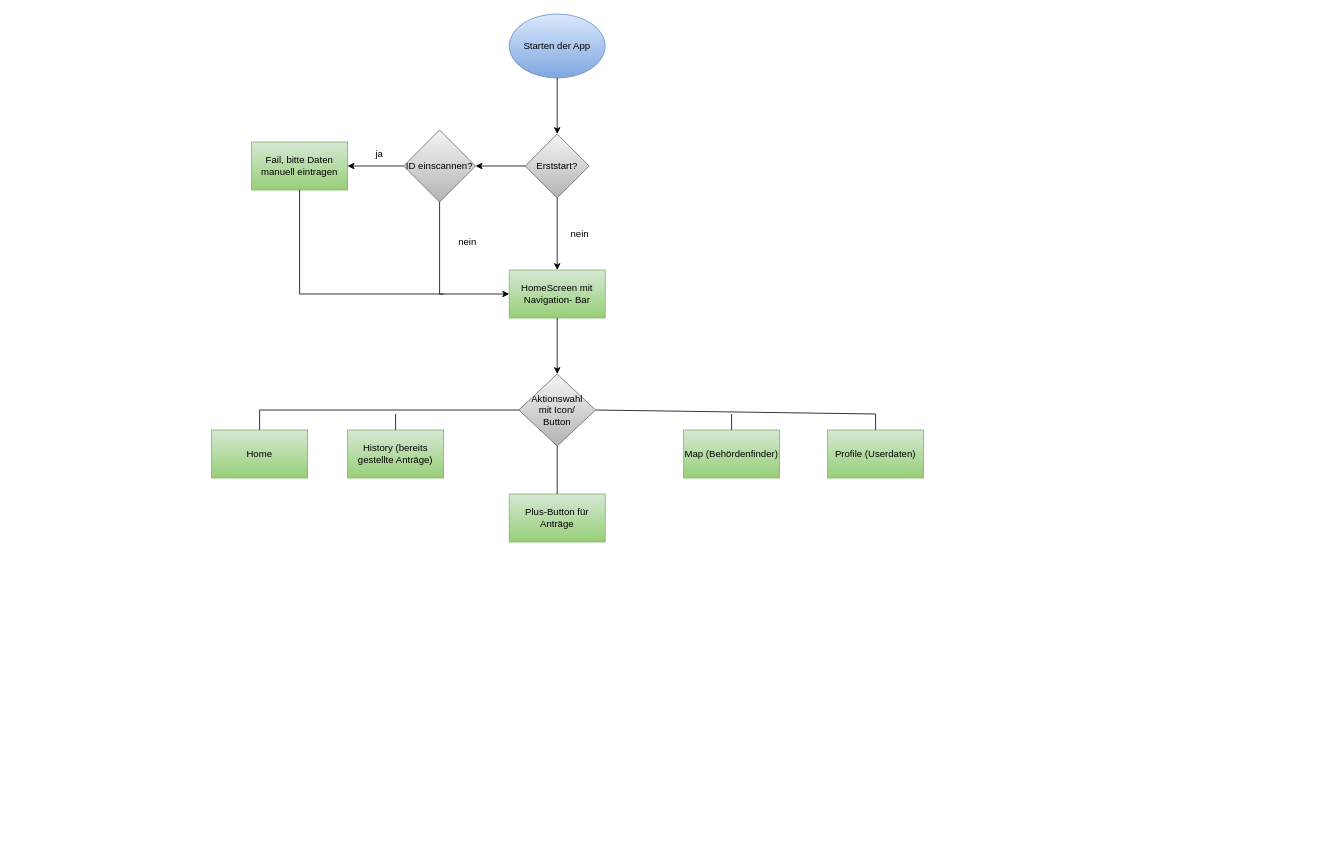
Above: DOC/graphics/evameg_Flowchart_Navigationgraph.drawio in emcee-101/evameg (draw.io), before the change. Source tidied: cells renumbered, new cells numbered last; positions are measured from the earlier drawing's top-left corner, leaving out a move shared by most shapes. Both pictures are drawn from the tidied source at 80%, with x=0, y=0 at pixel (211, 14).
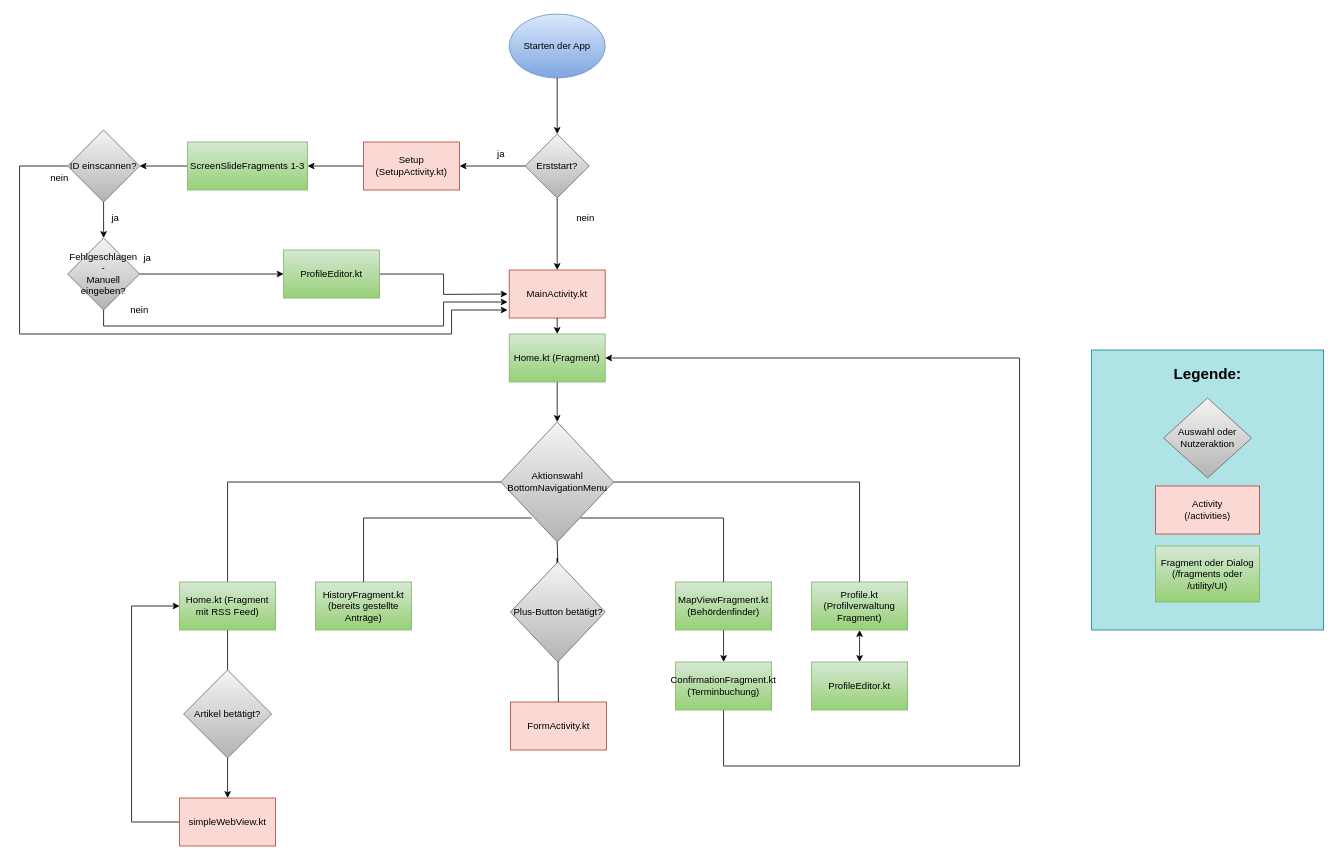
After the change.

The change refers to these unchanged cells:
```xml
<mxCell id="11" value="Erststart?" style="rhombus;whiteSpace=wrap;html=1;fillColor=#f5f5f5;strokeColor=#666666;gradientColor=#b3b3b3;" parent="1" vertex="1">
  <mxGeometry x="392" y="150" width="80" height="80" as="geometry" />
</mxCell>
```

Change to the diagram source:
```diff
@@
-    <mxCell id="3" value="HomeScreen mit Navigation- Bar" style="rounded=0;whiteSpace=wrap;html=1;fillColor=#d5e8d4;strokeColor=#82b366;gradientColor=#97d077;" parent="1" vertex="1">
+    <mxCell id="3" value="MainActivity.kt" style="rounded=0;whiteSpace=wrap;html=1;fillColor=#fad9d5;strokeColor=#ae4132;" parent="1" vertex="1">
       <mxGeometry x="372" y="320" width="120" height="60" as="geometry" />
     </mxCell>
-    <mxCell id="4" value="&lt;div&gt;Aktionswahl &lt;br&gt;&lt;/div&gt;&lt;div&gt;mit Icon/ &lt;br&gt;&lt;/div&gt;&lt;div&gt;Button&lt;/div&gt;" style="rhombus;whiteSpace=wrap;html=1;fillColor=#f5f5f5;strokeColor=#666666;gradientColor=#b3b3b3;" parent="1" vertex="1">
-      <mxGeometry x="384" y="450" width="96" height="90" as="geometry" />
+    <mxCell id="4" value="&lt;div&gt;Aktionswahl &lt;br&gt;&lt;/div&gt;&lt;div&gt;BottomNavigationMenu&lt;/div&gt;" style="rhombus;whiteSpace=wrap;html=1;fillColor=#f5f5f5;strokeColor=#666666;gradientColor=#b3b3b3;" parent="1" vertex="1">
+      <mxGeometry x="361.5" y="510" width="141" height="150" as="geometry" />
     </mxCell>
+    <mxCell id="28" style="edgeStyle=orthogonalEdgeStyle;rounded=0;jettySize=auto;html=1;entryX=0.5;entryY=0;entryDx=0;entryDy=0;startArrow=none;startFill=0;endArrow=classic;endFill=1;" parent="1" edge="1" source="5" target="49">
+      <mxGeometry relative="1" as="geometry" />
+    </mxCell>
-    <mxCell id="5" value="Map (Behördenfinder)" style="rounded=0;whiteSpace=wrap;html=1;fillColor=#d5e8d4;gradientColor=#97d077;strokeColor=#82b366;" parent="1" vertex="1">
-      <mxGeometry x="590" y="520" width="120" height="60" as="geometry" />
+    <mxCell id="5" value="MapViewFragment.kt&lt;br&gt;(Behördenfinder)" style="rounded=0;whiteSpace=wrap;html=1;fillColor=#d5e8d4;gradientColor=#97d077;strokeColor=#82b366;" parent="1" vertex="1">
+      <mxGeometry x="580" y="710" width="120" height="60" as="geometry" />
     </mxCell>
+    <mxCell id="29" style="edgeStyle=orthogonalEdgeStyle;rounded=0;jettySize=auto;html=1;entryX=0.5;entryY=0;entryDx=0;entryDy=0;endArrow=classic;endFill=1;startArrow=classic;startFill=1;" parent="1" edge="1" source="6" target="47">
+      <mxGeometry relative="1" as="geometry" />
+    </mxCell>
-    <mxCell id="6" value="Profile (Userdaten)" style="rounded=0;whiteSpace=wrap;html=1;fillColor=#d5e8d4;gradientColor=#97d077;strokeColor=#82b366;" parent="1" vertex="1">
-      <mxGeometry x="770" y="520" width="120" height="60" as="geometry" />
+    <mxCell id="6" value="Profile.kt&lt;br&gt;(Profilverwaltung Fragment)" style="rounded=0;whiteSpace=wrap;html=1;fillColor=#d5e8d4;gradientColor=#97d077;strokeColor=#82b366;" parent="1" vertex="1">
+      <mxGeometry x="750" y="710" width="120" height="60" as="geometry" />
     </mxCell>
-    <mxCell id="7" value="History (bereits gestellte Anträge)" style="rounded=0;whiteSpace=wrap;html=1;fillColor=#d5e8d4;strokeColor=#82b366;gradientColor=#97d077;" parent="1" vertex="1">
-      <mxGeometry x="170" y="520" width="120" height="60" as="geometry" />
+    <mxCell id="7" value="HistoryFragment.kt&lt;br&gt;(bereits gestellte Anträge)" style="rounded=0;whiteSpace=wrap;html=1;fillColor=#d5e8d4;strokeColor=#82b366;gradientColor=#97d077;" parent="1" vertex="1">
+      <mxGeometry x="130" y="710" width="120" height="60" as="geometry" />
     </mxCell>
+    <mxCell id="23" style="edgeStyle=orthogonalEdgeStyle;rounded=0;jettySize=auto;html=1;entryX=0;entryY=0.5;entryDx=0;entryDy=0;endArrow=none;endFill=0;" parent="1" edge="1" source="8" target="4">
+      <mxGeometry relative="1" as="geometry">
+        <Array as="points">
+          <mxPoint x="20" y="585" />
+        </Array>
+      </mxGeometry>
+    </mxCell>
+    <mxCell id="30" style="edgeStyle=orthogonalEdgeStyle;rounded=0;jettySize=auto;html=1;entryX=0.5;entryY=0;entryDx=0;entryDy=0;startArrow=none;startFill=0;endArrow=none;endFill=0;" parent="1" edge="1" source="8" target="53">
+      <mxGeometry relative="1" as="geometry" />
+    </mxCell>
-    <mxCell id="8" value="Home" style="rounded=0;whiteSpace=wrap;html=1;fillColor=#d5e8d4;gradientColor=#97d077;strokeColor=#82b366;" parent="1" vertex="1">
-      <mxGeometry y="520" width="120" height="60" as="geometry" />
+    <mxCell id="8" value="Home.kt (Fragment mit RSS Feed)" style="rounded=0;whiteSpace=wrap;html=1;fillColor=#d5e8d4;gradientColor=#97d077;strokeColor=#82b366;" parent="1" vertex="1">
+      <mxGeometry x="-40" y="710" width="120" height="60" as="geometry" />
     </mxCell>
-    <mxCell id="9" value="Plus-Button für Anträge " style="rounded=0;whiteSpace=wrap;html=1;fillColor=#d5e8d4;gradientColor=#97d077;strokeColor=#82b366;" parent="1" vertex="1">
-      <mxGeometry x="372" y="600" width="120" height="60" as="geometry" />
+    <mxCell id="9" value="FormActivity.kt" style="rounded=0;whiteSpace=wrap;html=1;fillColor=#fad9d5;strokeColor=#ae4132;rotation=0;" parent="1" vertex="1">
+      <mxGeometry x="373.5" y="860" width="120" height="60" as="geometry" />
     </mxCell>
+    <mxCell id="31" style="edgeStyle=orthogonalEdgeStyle;rounded=0;jettySize=auto;html=1;entryX=1;entryY=0.5;entryDx=0;entryDy=0;" parent="1" edge="1" source="10" target="15">
+      <mxGeometry relative="1" as="geometry" />
+    </mxCell>
-    <mxCell id="10" value="Fail, bitte Daten manuell eintragen" style="rounded=0;whiteSpace=wrap;html=1;fillColor=#d5e8d4;strokeColor=#82b366;gradientColor=#97d077;" parent="1" vertex="1">
-      <mxGeometry x="50" y="160" width="120" height="60" as="geometry" />
+    <mxCell id="10" value="ScreenSlideFragments 1-3" style="rounded=0;whiteSpace=wrap;html=1;fillColor=#d5e8d4;strokeColor=#82b366;gradientColor=#97d077;" parent="1" vertex="1">
+      <mxGeometry x="-30" y="160" width="150" height="60" as="geometry" />
     </mxCell>
+    <mxCell id="32" style="edgeStyle=orthogonalEdgeStyle;rounded=0;jettySize=auto;html=1;entryX=1;entryY=0.5;entryDx=0;entryDy=0;" parent="1" edge="1" source="11" target="36">
+      <mxGeometry relative="1" as="geometry" />
+    </mxCell>
@@
     <mxCell id="13" value="nein" style="text;html=1;align=center;verticalAlign=middle;strokeColor=none;fillColor=none;" parent="1" vertex="1">
-      <mxGeometry x="435" y="260" width="50" height="30" as="geometry" />
+      <mxGeometry x="442" y="240" width="50" height="30" as="geometry" />
     </mxCell>
-    <mxCell id="14" style="edgeStyle=orthogonalEdgeStyle;rounded=0;jettySize=auto;html=1;entryX=0;entryY=0.5;entryDx=0;entryDy=0;" parent="1" edge="1" source="15" target="3">
-      <mxGeometry relative="1" as="geometry">
-        <Array as="points">
-          <mxPoint x="285" y="350" />
-        </Array>
-      </mxGeometry>
-    </mxCell>
+    <mxCell id="33" style="edgeStyle=orthogonalEdgeStyle;rounded=0;jettySize=auto;html=1;entryX=0.5;entryY=0;entryDx=0;entryDy=0;" parent="1" edge="1" source="15" target="39">
+      <mxGeometry relative="1" as="geometry" />
+    </mxCell>
+    <mxCell id="34" style="edgeStyle=orthogonalEdgeStyle;rounded=0;jettySize=auto;html=1;" parent="1" edge="1" source="15">
+      <mxGeometry relative="1" as="geometry">
+        <mxPoint x="370" y="370" as="targetPoint" />
+        <Array as="points">
+          <mxPoint x="-240" y="190" />
+          <mxPoint x="-240" y="400" />
+          <mxPoint x="300" y="400" />
+          <mxPoint x="300" y="370" />
+        </Array>
+      </mxGeometry>
+    </mxCell>
     <mxCell id="15" value="ID einscannen?" style="rhombus;whiteSpace=wrap;html=1;fillColor=#f5f5f5;strokeColor=#666666;gradientColor=#b3b3b3;" parent="1" vertex="1">
-      <mxGeometry x="240" y="145" width="90" height="90" as="geometry" />
+      <mxGeometry x="-180" y="145" width="90" height="90" as="geometry" />
     </mxCell>
@@
-    <mxCell id="17" style="endArrow=classic;html=1;rounded=0;entryX=1;entryY=0.5;entryDx=0;entryDy=0;exitX=0;exitY=0.5;exitDx=0;exitDy=0;" parent="1" edge="1" source="11" target="15">
-      <mxGeometry relative="1" as="geometry" />
-    </mxCell>
     <mxCell id="18" value="nein" style="text;html=1;strokeColor=none;fillColor=none;align=center;verticalAlign=middle;whiteSpace=wrap;rounded=0;" parent="1" vertex="1">
-      <mxGeometry x="290" y="270" width="60" height="30" as="geometry" />
+      <mxGeometry x="-220" y="190" width="60" height="30" as="geometry" />
     </mxCell>
-    <mxCell id="19" style="endArrow=classic;html=1;rounded=0;entryX=1;entryY=0.5;entryDx=0;entryDy=0;exitX=0;exitY=0.5;exitDx=0;exitDy=0;" parent="1" edge="1" source="15" target="10">
-      <mxGeometry relative="1" as="geometry" />
-    </mxCell>
-    <mxCell id="20" style="endArrow=none;html=1;rounded=0;exitX=0.5;exitY=1;exitDx=0;exitDy=0;" parent="1" edge="1" source="10">
-      <mxGeometry relative="1" as="geometry">
-        <mxPoint x="290" y="350" as="targetPoint" />
-        <Array as="points">
-          <mxPoint x="110" y="350" />
-        </Array>
-      </mxGeometry>
-    </mxCell>
     <mxCell id="21" value="ja" style="text;html=1;strokeColor=none;fillColor=none;align=center;verticalAlign=middle;whiteSpace=wrap;rounded=0;" parent="1" vertex="1">
-      <mxGeometry x="180" y="160" width="60" height="30" as="geometry" />
+      <mxGeometry x="332" y="160" width="60" height="30" as="geometry" />
     </mxCell>
-    <mxCell id="22" style="endArrow=classic;html=1;rounded=0;entryX=0.5;entryY=0;entryDx=0;entryDy=0;exitX=0.5;exitY=1;exitDx=0;exitDy=0;" parent="1" edge="1" source="3" target="4">
+    <mxCell id="22" style="endArrow=classic;html=1;rounded=0;entryX=0.5;entryY=0;entryDx=0;entryDy=0;exitX=0.5;exitY=1;exitDx=0;exitDy=0;" parent="1" edge="1" source="3" target="46">
       <mxGeometry relative="1" as="geometry" />
     </mxCell>
-    <mxCell id="23" style="endArrow=none;html=1;rounded=0;entryX=0;entryY=0.5;entryDx=0;entryDy=0;exitX=0.5;exitY=0;exitDx=0;exitDy=0;" parent="1" edge="1" source="8" target="4">
-      <mxGeometry relative="1" as="geometry">
-        <Array as="points">
-          <mxPoint x="60" y="495" />
-        </Array>
-      </mxGeometry>
-    </mxCell>
     <mxCell id="24" style="endArrow=none;html=1;rounded=0;entryX=0.5;entryY=0;entryDx=0;entryDy=0;" parent="1" edge="1" target="7">
       <mxGeometry relative="1" as="geometry">
-        <mxPoint x="230" y="500" as="sourcePoint" />
+        <mxPoint x="400" y="630" as="sourcePoint" />
+        <Array as="points">
+          <mxPoint x="190" y="630" />
+        </Array>
       </mxGeometry>
     </mxCell>
     <mxCell id="25" style="endArrow=none;html=1;rounded=0;exitX=1;exitY=0.5;exitDx=0;exitDy=0;entryX=0.5;entryY=0;entryDx=0;entryDy=0;" parent="1" edge="1" source="4" target="6">
       <mxGeometry relative="1" as="geometry">
         <Array as="points">
-          <mxPoint x="830" y="500" />
+          <mxPoint x="810" y="585" />
+          <mxPoint x="810" y="710" />
         </Array>
       </mxGeometry>
     </mxCell>
-    <mxCell id="26" style="endArrow=none;html=1;rounded=0;exitX=0.5;exitY=0;exitDx=0;exitDy=0;entryX=0.5;entryY=1;entryDx=0;entryDy=0;" parent="1" edge="1" source="9" target="4">
+    <mxCell id="26" style="endArrow=none;html=1;rounded=0;exitX=0.5;exitY=0;exitDx=0;exitDy=0;entryX=0.5;entryY=1;entryDx=0;entryDy=0;startArrow=none;" parent="1" edge="1" source="51" target="4">
       <mxGeometry relative="1" as="geometry" />
     </mxCell>
-    <mxCell id="27" style="endArrow=none;html=1;rounded=0;entryX=0.5;entryY=0;entryDx=0;entryDy=0;" parent="1" edge="1" target="5">
+    <mxCell id="27" style="endArrow=none;html=1;rounded=0;entryX=0.5;entryY=0;entryDx=0;entryDy=0;exitX=0.706;exitY=0.8;exitDx=0;exitDy=0;exitPerimeter=0;" parent="1" edge="1" source="4" target="5">
       <mxGeometry relative="1" as="geometry">
-        <mxPoint x="650" y="500" as="sourcePoint" />
+        <Array as="points">
+          <mxPoint x="640" y="630" />
+        </Array>
       </mxGeometry>
     </mxCell>
+    <mxCell id="35" style="edgeStyle=orthogonalEdgeStyle;rounded=0;jettySize=auto;html=1;entryX=1;entryY=0.5;entryDx=0;entryDy=0;" parent="1" edge="1" source="36" target="10">
+      <mxGeometry relative="1" as="geometry" />
+    </mxCell>
+    <mxCell id="36" value="Setup&lt;br&gt;(SetupActivity.kt)" style="rounded=0;whiteSpace=wrap;html=1;fillColor=#fad9d5;strokeColor=#ae4132;" parent="1" vertex="1">
+      <mxGeometry x="190" y="160" width="120" height="60" as="geometry" />
+    </mxCell>
+    <mxCell id="37" style="edgeStyle=orthogonalEdgeStyle;rounded=0;jettySize=auto;html=1;entryX=0;entryY=0.5;entryDx=0;entryDy=0;" parent="1" edge="1" source="39" target="42">
+      <mxGeometry relative="1" as="geometry" />
+    </mxCell>
+    <mxCell id="38" style="edgeStyle=orthogonalEdgeStyle;rounded=0;jettySize=auto;html=1;exitX=0.5;exitY=1;exitDx=0;exitDy=0;" parent="1" edge="1" source="39">
+      <mxGeometry relative="1" as="geometry">
+        <mxPoint x="370" y="360" as="targetPoint" />
+        <Array as="points">
+          <mxPoint x="-135" y="390" />
+          <mxPoint x="290" y="390" />
+          <mxPoint x="290" y="360" />
+        </Array>
+      </mxGeometry>
+    </mxCell>
+    <mxCell id="39" value="Fehlgeschlagen -&lt;br&gt;Manuell eingeben?" style="rhombus;whiteSpace=wrap;html=1;fillColor=#f5f5f5;strokeColor=#666666;gradientColor=#b3b3b3;" parent="1" vertex="1">
+      <mxGeometry x="-180" y="280" width="90" height="90" as="geometry" />
+    </mxCell>
+    <mxCell id="40" value="ja" style="text;html=1;strokeColor=none;fillColor=none;align=center;verticalAlign=middle;whiteSpace=wrap;rounded=0;" parent="1" vertex="1">
+      <mxGeometry x="-150" y="240" width="60" height="30" as="geometry" />
+    </mxCell>
+    <mxCell id="41" style="edgeStyle=orthogonalEdgeStyle;rounded=0;jettySize=auto;html=1;" parent="1" edge="1" source="42">
+      <mxGeometry relative="1" as="geometry">
+        <mxPoint x="370" y="350" as="targetPoint" />
+      </mxGeometry>
+    </mxCell>
+    <mxCell id="42" value="ProfileEditor.kt" style="rounded=0;whiteSpace=wrap;html=1;fillColor=#d5e8d4;gradientColor=#97d077;strokeColor=#82b366;" parent="1" vertex="1">
+      <mxGeometry x="90" y="295" width="120" height="60" as="geometry" />
+    </mxCell>
+    <mxCell id="43" value="ja" style="text;html=1;strokeColor=none;fillColor=none;align=center;verticalAlign=middle;whiteSpace=wrap;rounded=0;" parent="1" vertex="1">
+      <mxGeometry x="-110" y="290" width="60" height="30" as="geometry" />
+    </mxCell>
+    <mxCell id="44" value="nein" style="text;html=1;strokeColor=none;fillColor=none;align=center;verticalAlign=middle;whiteSpace=wrap;rounded=0;" parent="1" vertex="1">
+      <mxGeometry x="-120" y="355" width="60" height="30" as="geometry" />
+    </mxCell>
+    <mxCell id="45" style="edgeStyle=orthogonalEdgeStyle;rounded=0;jettySize=auto;html=1;entryX=0.5;entryY=0;entryDx=0;entryDy=0;" parent="1" edge="1" source="46" target="4">
+      <mxGeometry relative="1" as="geometry" />
+    </mxCell>
+    <mxCell id="46" value="Home.kt (Fragment)" style="rounded=0;whiteSpace=wrap;html=1;fillColor=#d5e8d4;gradientColor=#97d077;strokeColor=#82b366;" parent="1" vertex="1">
+      <mxGeometry x="372" y="400" width="120" height="60" as="geometry" />
+    </mxCell>
+    <mxCell id="47" value="ProfileEditor.kt" style="rounded=0;whiteSpace=wrap;html=1;fillColor=#d5e8d4;gradientColor=#97d077;strokeColor=#82b366;" parent="1" vertex="1">
+      <mxGeometry x="750" y="810" width="120" height="60" as="geometry" />
+    </mxCell>
+    <mxCell id="48" style="edgeStyle=orthogonalEdgeStyle;rounded=0;jettySize=auto;html=1;entryX=1;entryY=0.5;entryDx=0;entryDy=0;startArrow=none;startFill=0;endArrow=classic;endFill=1;" parent="1" edge="1" source="49" target="46">
+      <mxGeometry relative="1" as="geometry">
+        <Array as="points">
+          <mxPoint x="640" y="940" />
+          <mxPoint x="1010" y="940" />
+          <mxPoint x="1010" y="430" />
+        </Array>
+      </mxGeometry>
+    </mxCell>
+    <mxCell id="49" value="ConfirmationFragment.kt&lt;br&gt;(Terminbuchung)" style="rounded=0;whiteSpace=wrap;html=1;fillColor=#d5e8d4;gradientColor=#97d077;strokeColor=#82b366;" parent="1" vertex="1">
+      <mxGeometry x="580" y="810" width="120" height="60" as="geometry" />
+    </mxCell>
+    <mxCell id="50" style="endArrow=none;html=1;rounded=0;exitX=0.5;exitY=0;exitDx=0;exitDy=0;entryX=0.5;entryY=1;entryDx=0;entryDy=0;" parent="1" edge="1" source="9" target="51">
+      <mxGeometry relative="1" as="geometry">
+        <Array as="points">
+          <mxPoint x="432" y="680" />
+        </Array>
+      </mxGeometry>
+    </mxCell>
+    <mxCell id="51" value="&lt;div&gt;Plus-Button betätigt?&lt;/div&gt;" style="rhombus;whiteSpace=wrap;html=1;fillColor=#f5f5f5;strokeColor=#666666;gradientColor=#b3b3b3;" parent="1" vertex="1">
+      <mxGeometry x="373.5" y="685" width="118.5" height="125" as="geometry" />
+    </mxCell>
+    <mxCell id="52" style="edgeStyle=orthogonalEdgeStyle;rounded=0;jettySize=auto;html=1;entryX=0.5;entryY=0;entryDx=0;entryDy=0;startArrow=none;startFill=0;endArrow=classic;endFill=1;" parent="1" edge="1" source="53" target="55">
+      <mxGeometry relative="1" as="geometry" />
+    </mxCell>
+    <mxCell id="53" value="&lt;div&gt;Artikel betätigt?&lt;/div&gt;" style="rhombus;whiteSpace=wrap;html=1;fillColor=#f5f5f5;strokeColor=#666666;gradientColor=#b3b3b3;" parent="1" vertex="1">
+      <mxGeometry x="-35" y="820" width="110" height="110" as="geometry" />
+    </mxCell>
+    <mxCell id="54" style="edgeStyle=orthogonalEdgeStyle;rounded=0;jettySize=auto;html=1;entryX=0;entryY=0.5;entryDx=0;entryDy=0;startArrow=none;startFill=0;endArrow=classic;endFill=1;" parent="1" edge="1" source="55" target="8">
+      <mxGeometry relative="1" as="geometry">
+        <Array as="points">
+          <mxPoint x="-100" y="1010" />
+          <mxPoint x="-100" y="740" />
+        </Array>
+      </mxGeometry>
+    </mxCell>
+    <mxCell id="55" value="simpleWebView.kt" style="rounded=0;whiteSpace=wrap;html=1;fillColor=#fad9d5;strokeColor=#ae4132;rotation=0;" parent="1" vertex="1">
+      <mxGeometry x="-40" y="980" width="120" height="60" as="geometry" />
+    </mxCell>
+    <mxCell id="56" value="&lt;b style=&quot;font-size: 19px;&quot;&gt;Legende:&lt;br&gt;&lt;/b&gt;&lt;br&gt;&lt;br&gt;&lt;br&gt;&lt;br&gt;&lt;br&gt;&lt;br&gt;&lt;br&gt;&lt;br&gt;&lt;br&gt;&lt;br&gt;&lt;br&gt;&lt;br&gt;&lt;br&gt;&lt;br&gt;&lt;br&gt;&lt;br&gt;&lt;br&gt;&lt;br&gt;&lt;br&gt;&lt;br&gt;" style="rounded=0;whiteSpace=wrap;html=1;fillColor=#b0e3e6;strokeColor=#0e8088;" parent="1" vertex="1">
+      <mxGeometry x="1100" y="420" width="290" height="350" as="geometry" />
+    </mxCell>
+    <mxCell id="57" value="Fragment oder Dialog&lt;br&gt;(/fragments oder /utility/UI)" style="rounded=0;whiteSpace=wrap;html=1;fillColor=#d5e8d4;gradientColor=#97d077;strokeColor=#82b366;" parent="1" vertex="1">
+      <mxGeometry x="1180" y="665" width="130" height="70" as="geometry" />
+    </mxCell>
+    <mxCell id="58" value="Activity&lt;br&gt;(/activities)" style="rounded=0;whiteSpace=wrap;html=1;fillColor=#fad9d5;strokeColor=#ae4132;" parent="1" vertex="1">
+      <mxGeometry x="1180" y="590" width="130" height="60" as="geometry" />
+    </mxCell>
+    <mxCell id="59" value="&lt;div&gt;Auswahl oder Nutzeraktion&lt;/div&gt;" style="rhombus;whiteSpace=wrap;html=1;fillColor=#f5f5f5;strokeColor=#666666;gradientColor=#b3b3b3;" parent="1" vertex="1">
+      <mxGeometry x="1190" y="480" width="110" height="100" as="geometry" />
+    </mxCell>
```
